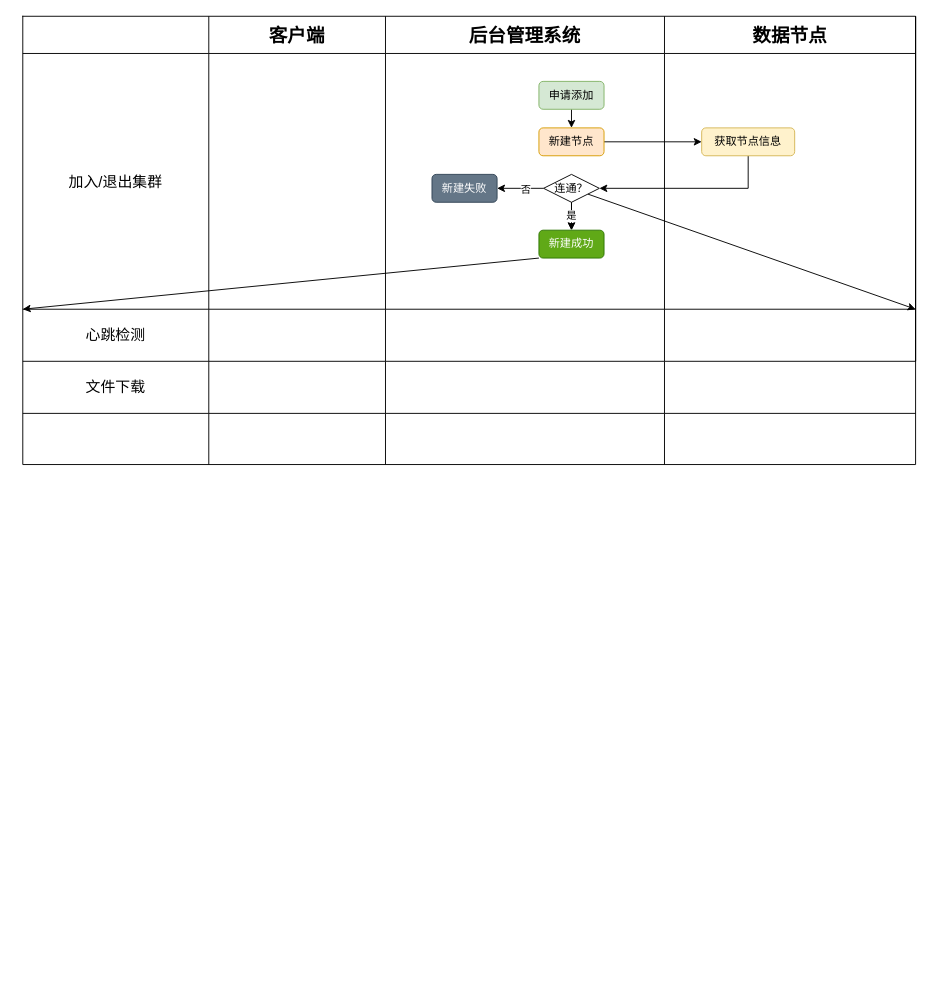
Before: docs/imgs/核心业务流程图.drawio in qingmingxin/DFSystem, a draw.io diagram. Source tidied: cells renumbered, new cells numbered last; positions are measured from the earlier drawing's top-left corner, leaving out a move shared by most shapes. Both pictures are drawn from the tidied source at 93%, with x=0, y=0 at pixel (22, 16).
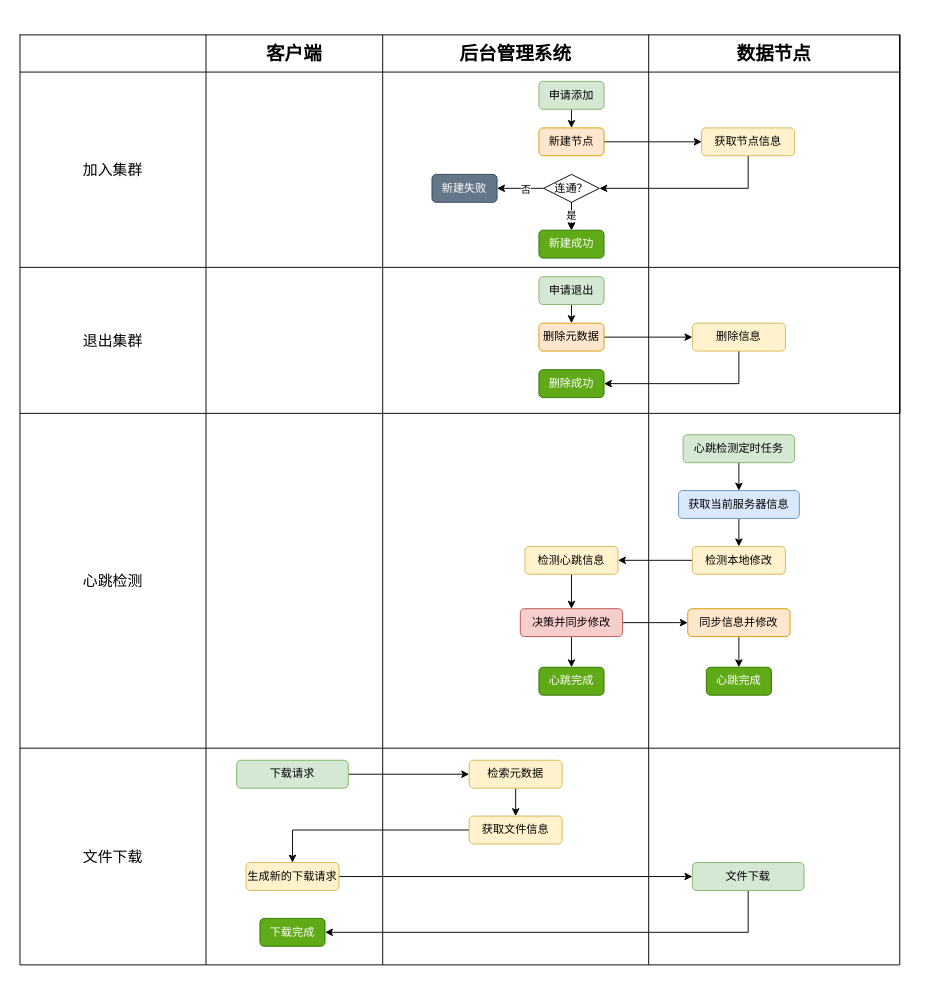
Above is the later version.

Unchanged cells that the change refers to:
```xml
<mxCell id="41" value="连通？" style="rhombus;whiteSpace=wrap;html=1;" parent="1" vertex="1">
  <mxGeometry x="560" y="170" width="60" height="30" as="geometry" />
</mxCell>
<mxCell id="45" value="新建成功" style="rounded=1;whiteSpace=wrap;html=1;fillColor=#60a917;fontColor=#ffffff;strokeColor=#2D7600;" parent="1" vertex="1">
  <mxGeometry x="555" y="230" width="70" height="30" as="geometry" />
</mxCell>
```

Diff of the diagram source:
```diff
@@
     <mxCell id="2" style="shape=table;startSize=0;childLayout=tableLayout;fontSize=16;" parent="1" vertex="1">
-      <mxGeometry width="960" height="482" as="geometry" />
+      <mxGeometry x="-3" y="20" width="946" height="1000" as="geometry" />
     </mxCell>
     <mxCell id="3" style="shape=tableRow;horizontal=0;startSize=0;swimlaneHead=0;swimlaneBody=0;strokeColor=inherit;top=0;left=0;bottom=0;right=0;fillColor=none;fontSize=16;" parent="2" vertex="1">
-      <mxGeometry width="960" height="40" as="geometry" />
+      <mxGeometry width="946" height="40" as="geometry" />
     </mxCell>
@@
     <mxCell id="6" value="后台管理系统" style="shape=partialRectangle;html=1;whiteSpace=wrap;strokeColor=inherit;overflow=hidden;fillColor=none;top=0;left=0;bottom=0;right=0;fontSize=20;fontStyle=1;" parent="3" vertex="1">
-      <mxGeometry x="390" width="300" height="40" as="geometry" />
+      <mxGeometry x="390" width="286" height="40" as="geometry" />
     </mxCell>
     <mxCell id="7" value="数据节点" style="shape=partialRectangle;html=1;whiteSpace=wrap;strokeColor=inherit;overflow=hidden;fillColor=none;top=0;left=0;bottom=0;right=0;fontSize=20;fontStyle=1;" parent="3" vertex="1">
-      <mxGeometry x="690" width="270" height="40" as="geometry" />
+      <mxGeometry x="676" width="270" height="40" as="geometry" />
     </mxCell>
     <mxCell id="8" style="shape=tableRow;horizontal=0;startSize=0;swimlaneHead=0;swimlaneBody=0;strokeColor=inherit;top=0;left=0;bottom=0;right=0;fillColor=none;fontSize=16;" parent="2" vertex="1">
-      <mxGeometry y="40" width="960" height="275" as="geometry" />
+      <mxGeometry y="40" width="946" height="210" as="geometry" />
     </mxCell>
-    <mxCell id="9" value="加入/退出集群" style="shape=partialRectangle;html=1;whiteSpace=wrap;strokeColor=inherit;overflow=hidden;fillColor=none;top=0;left=0;bottom=0;right=0;fontSize=16;" parent="8" vertex="1">
-      <mxGeometry width="200" height="275" as="geometry" />
+    <mxCell id="9" value="加入集群" style="shape=partialRectangle;html=1;whiteSpace=wrap;strokeColor=inherit;overflow=hidden;fillColor=none;top=0;left=0;bottom=0;right=0;fontSize=16;" parent="8" vertex="1">
+      <mxGeometry width="200" height="210" as="geometry" />
     </mxCell>
     <mxCell id="10" style="shape=partialRectangle;html=1;whiteSpace=wrap;strokeColor=inherit;overflow=hidden;fillColor=none;top=0;left=0;bottom=0;right=0;fontSize=16;" parent="8" vertex="1">
-      <mxGeometry x="200" width="190" height="275" as="geometry" />
+      <mxGeometry x="200" width="190" height="210" as="geometry" />
     </mxCell>
     <mxCell id="11" style="shape=partialRectangle;html=1;whiteSpace=wrap;strokeColor=inherit;overflow=hidden;fillColor=none;top=0;left=0;bottom=0;right=0;fontSize=16;" parent="8" vertex="1">
-      <mxGeometry x="390" width="300" height="275" as="geometry" />
+      <mxGeometry x="390" width="286" height="210" as="geometry" />
     </mxCell>
     <mxCell id="12" style="shape=partialRectangle;html=1;whiteSpace=wrap;strokeColor=inherit;overflow=hidden;fillColor=none;top=0;left=0;bottom=0;right=0;fontSize=16;" parent="8" vertex="1">
-      <mxGeometry x="690" width="270" height="275" as="geometry" />
+      <mxGeometry x="676" width="270" height="210" as="geometry" />
     </mxCell>
     <mxCell id="13" style="shape=tableRow;horizontal=0;startSize=0;swimlaneHead=0;swimlaneBody=0;strokeColor=inherit;top=0;left=0;bottom=0;right=0;fillColor=none;fontSize=16;" parent="2" vertex="1">
-      <mxGeometry y="315" width="960" height="56" as="geometry" />
+      <mxGeometry y="250" width="946" height="157" as="geometry" />
     </mxCell>
-    <mxCell id="14" value="心跳检测" style="shape=partialRectangle;html=1;whiteSpace=wrap;strokeColor=inherit;overflow=hidden;fillColor=none;top=0;left=0;bottom=0;right=0;fontSize=16;" parent="13" vertex="1">
-      <mxGeometry width="200" height="56" as="geometry" />
+    <mxCell id="14" value="退出集群" style="shape=partialRectangle;html=1;whiteSpace=wrap;strokeColor=inherit;overflow=hidden;fillColor=none;top=0;left=0;bottom=0;right=0;fontSize=16;" parent="13" vertex="1">
+      <mxGeometry width="200" height="157" as="geometry" />
     </mxCell>
     <mxCell id="15" style="shape=partialRectangle;html=1;whiteSpace=wrap;strokeColor=inherit;overflow=hidden;fillColor=none;top=0;left=0;bottom=0;right=0;fontSize=16;" parent="13" vertex="1">
-      <mxGeometry x="200" width="190" height="56" as="geometry" />
+      <mxGeometry x="200" width="190" height="157" as="geometry" />
     </mxCell>
     <mxCell id="16" style="shape=partialRectangle;html=1;whiteSpace=wrap;strokeColor=inherit;overflow=hidden;fillColor=none;top=0;left=0;bottom=0;right=0;fontSize=16;" parent="13" vertex="1">
-      <mxGeometry x="390" width="300" height="56" as="geometry" />
+      <mxGeometry x="390" width="286" height="157" as="geometry" />
     </mxCell>
     <mxCell id="17" style="shape=partialRectangle;html=1;whiteSpace=wrap;strokeColor=inherit;overflow=hidden;fillColor=none;top=0;left=0;bottom=0;right=0;fontSize=16;" parent="13" vertex="1">
-      <mxGeometry x="690" width="270" height="56" as="geometry" />
+      <mxGeometry x="676" width="270" height="157" as="geometry" />
     </mxCell>
     <mxCell id="18" style="rounded=1;whiteSpace=wrap;html=1;" parent="13" vertex="1">
-      <mxGeometry x="960" height="56" as="geometry" />
+      <mxGeometry x="946" height="157" as="geometry" />
     </mxCell>
     <mxCell id="19" style="rounded=1;whiteSpace=wrap;html=1;" parent="13" vertex="1">
-      <mxGeometry height="56" as="geometry" />
+      <mxGeometry height="157" as="geometry" />
     </mxCell>
     <mxCell id="20" style="shape=tableRow;horizontal=0;startSize=0;swimlaneHead=0;swimlaneBody=0;strokeColor=inherit;top=0;left=0;bottom=0;right=0;fillColor=none;fontSize=16;" parent="2" vertex="1">
-      <mxGeometry y="371" width="960" height="56" as="geometry" />
+      <mxGeometry y="407" width="946" height="360" as="geometry" />
     </mxCell>
-    <mxCell id="21" value="文件下载" style="shape=partialRectangle;html=1;whiteSpace=wrap;strokeColor=inherit;overflow=hidden;fillColor=none;top=0;left=0;bottom=0;right=0;fontSize=16;" parent="20" vertex="1">
-      <mxGeometry width="200" height="56" as="geometry" />
+    <mxCell id="21" value="心跳检测" style="shape=partialRectangle;html=1;whiteSpace=wrap;strokeColor=inherit;overflow=hidden;fillColor=none;top=0;left=0;bottom=0;right=0;fontSize=16;" parent="20" vertex="1">
+      <mxGeometry width="200" height="360" as="geometry" />
     </mxCell>
     <mxCell id="22" style="shape=partialRectangle;html=1;whiteSpace=wrap;strokeColor=inherit;overflow=hidden;fillColor=none;top=0;left=0;bottom=0;right=0;fontSize=16;" parent="20" vertex="1">
-      <mxGeometry x="200" width="190" height="56" as="geometry" />
+      <mxGeometry x="200" width="190" height="360" as="geometry" />
     </mxCell>
     <mxCell id="23" style="shape=partialRectangle;html=1;whiteSpace=wrap;strokeColor=inherit;overflow=hidden;fillColor=none;top=0;left=0;bottom=0;right=0;fontSize=16;" parent="20" vertex="1">
-      <mxGeometry x="390" width="300" height="56" as="geometry" />
+      <mxGeometry x="390" width="286" height="360" as="geometry" />
     </mxCell>
     <mxCell id="24" style="shape=partialRectangle;html=1;whiteSpace=wrap;strokeColor=inherit;overflow=hidden;fillColor=none;top=0;left=0;bottom=0;right=0;fontSize=16;" parent="20" vertex="1">
-      <mxGeometry x="690" width="270" height="56" as="geometry" />
+      <mxGeometry x="676" width="270" height="360" as="geometry" />
     </mxCell>
     <mxCell id="25" style="shape=tableRow;horizontal=0;startSize=0;swimlaneHead=0;swimlaneBody=0;strokeColor=inherit;top=0;left=0;bottom=0;right=0;fillColor=none;fontSize=16;" parent="2" vertex="1">
-      <mxGeometry y="427" width="960" height="55" as="geometry" />
+      <mxGeometry y="767" width="946" height="233" as="geometry" />
     </mxCell>
-    <mxCell id="26" style="shape=partialRectangle;html=1;whiteSpace=wrap;strokeColor=inherit;overflow=hidden;fillColor=none;top=0;left=0;bottom=0;right=0;fontSize=16;" parent="25" vertex="1">
-      <mxGeometry width="200" height="55" as="geometry" />
+    <mxCell id="26" value="文件下载" style="shape=partialRectangle;html=1;whiteSpace=wrap;strokeColor=inherit;overflow=hidden;fillColor=none;top=0;left=0;bottom=0;right=0;fontSize=16;" parent="25" vertex="1">
+      <mxGeometry width="200" height="233" as="geometry" />
     </mxCell>
     <mxCell id="27" style="shape=partialRectangle;html=1;whiteSpace=wrap;strokeColor=inherit;overflow=hidden;fillColor=none;top=0;left=0;bottom=0;right=0;fontSize=16;" parent="25" vertex="1">
-      <mxGeometry x="200" width="190" height="55" as="geometry" />
+      <mxGeometry x="200" width="190" height="233" as="geometry" />
     </mxCell>
     <mxCell id="28" style="shape=partialRectangle;html=1;whiteSpace=wrap;strokeColor=inherit;overflow=hidden;fillColor=none;top=0;left=0;bottom=0;right=0;fontSize=16;" parent="25" vertex="1">
-      <mxGeometry x="390" width="300" height="55" as="geometry" />
+      <mxGeometry x="390" width="286" height="233" as="geometry" />
     </mxCell>
     <mxCell id="29" style="shape=partialRectangle;html=1;whiteSpace=wrap;strokeColor=inherit;overflow=hidden;fillColor=none;top=0;left=0;bottom=0;right=0;fontSize=16;" parent="25" vertex="1">
-      <mxGeometry x="690" width="270" height="55" as="geometry" />
+      <mxGeometry x="676" width="270" height="233" as="geometry" />
     </mxCell>
@@
-    <mxCell id="36" style="edgeStyle=orthogonalEdgeStyle;rounded=0;jettySize=auto;html=1;" parent="1" edge="1" source="41" target="18">
-      <mxGeometry relative="1" as="geometry" />
-    </mxCell>
-    <mxCell id="37" style="edgeStyle=orthogonalEdgeStyle;rounded=0;jettySize=auto;html=1;" parent="1" edge="1" source="45" target="19">
-      <mxGeometry relative="1" as="geometry" />
-    </mxCell>
@@
+    <mxCell id="46" style="edgeStyle=orthogonalEdgeStyle;rounded=0;jettySize=auto;html=1;exitX=0.5;exitY=1;exitDx=0;exitDy=0;entryX=0.5;entryY=0;entryDx=0;entryDy=0;" parent="1" edge="1" source="47" target="49">
+      <mxGeometry relative="1" as="geometry" />
+    </mxCell>
+    <mxCell id="47" value="申请退出" style="rounded=1;whiteSpace=wrap;html=1;fillColor=#d5e8d4;strokeColor=#82b366;" parent="1" vertex="1">
+      <mxGeometry x="555" y="280" width="70" height="30" as="geometry" />
+    </mxCell>
+    <mxCell id="48" style="edgeStyle=orthogonalEdgeStyle;rounded=0;jettySize=auto;html=1;exitX=1;exitY=0.5;exitDx=0;exitDy=0;entryX=0;entryY=0.5;entryDx=0;entryDy=0;" parent="1" edge="1" source="49" target="52">
+      <mxGeometry relative="1" as="geometry" />
+    </mxCell>
+    <mxCell id="49" value="删除元数据" style="rounded=1;whiteSpace=wrap;html=1;fillColor=#ffe6cc;strokeColor=#d79b00;" parent="1" vertex="1">
+      <mxGeometry x="555" y="330" width="70" height="30" as="geometry" />
+    </mxCell>
+    <mxCell id="50" value="删除成功" style="rounded=1;whiteSpace=wrap;html=1;fillColor=#60a917;strokeColor=#2D7600;fontColor=#ffffff;" parent="1" vertex="1">
+      <mxGeometry x="555" y="380" width="70" height="30" as="geometry" />
+    </mxCell>
+    <mxCell id="51" style="edgeStyle=orthogonalEdgeStyle;rounded=0;jettySize=auto;html=1;exitX=0.5;exitY=1;exitDx=0;exitDy=0;entryX=1;entryY=0.5;entryDx=0;entryDy=0;" parent="1" edge="1" source="52" target="50">
+      <mxGeometry relative="1" as="geometry" />
+    </mxCell>
+    <mxCell id="52" value="删除信息" style="rounded=1;whiteSpace=wrap;html=1;fillColor=#fff2cc;strokeColor=#d6b656;" parent="1" vertex="1">
+      <mxGeometry x="720" y="330" width="100" height="30" as="geometry" />
+    </mxCell>
+    <mxCell id="53" style="edgeStyle=orthogonalEdgeStyle;rounded=0;jettySize=auto;html=1;exitX=0.5;exitY=1;exitDx=0;exitDy=0;entryX=0.5;entryY=0;entryDx=0;entryDy=0;" parent="1" edge="1" source="54" target="56">
+      <mxGeometry relative="1" as="geometry" />
+    </mxCell>
+    <mxCell id="54" value="心跳检测定时任务" style="rounded=1;whiteSpace=wrap;html=1;fillColor=#d5e8d4;strokeColor=#82b366;" parent="1" vertex="1">
+      <mxGeometry x="710" y="450" width="120" height="30" as="geometry" />
+    </mxCell>
+    <mxCell id="55" style="edgeStyle=orthogonalEdgeStyle;rounded=0;jettySize=auto;html=1;exitX=0.5;exitY=1;exitDx=0;exitDy=0;entryX=0.5;entryY=0;entryDx=0;entryDy=0;" parent="1" edge="1" source="56" target="58">
+      <mxGeometry relative="1" as="geometry" />
+    </mxCell>
+    <mxCell id="56" value="获取当前服务器信息" style="rounded=1;whiteSpace=wrap;html=1;fillColor=#dae8fc;strokeColor=#6c8ebf;" parent="1" vertex="1">
+      <mxGeometry x="705" y="510" width="130" height="30" as="geometry" />
+    </mxCell>
+    <mxCell id="57" style="edgeStyle=orthogonalEdgeStyle;rounded=0;jettySize=auto;html=1;exitX=0;exitY=0.5;exitDx=0;exitDy=0;" parent="1" edge="1" source="58" target="60">
+      <mxGeometry relative="1" as="geometry" />
+    </mxCell>
+    <mxCell id="58" value="检测本地修改" style="rounded=1;whiteSpace=wrap;html=1;fillColor=#fff2cc;strokeColor=#d6b656;" parent="1" vertex="1">
+      <mxGeometry x="720" y="570" width="100" height="30" as="geometry" />
+    </mxCell>
+    <mxCell id="59" style="edgeStyle=orthogonalEdgeStyle;rounded=0;jettySize=auto;html=1;exitX=0.5;exitY=1;exitDx=0;exitDy=0;entryX=0.5;entryY=0;entryDx=0;entryDy=0;" parent="1" edge="1" source="60" target="63">
+      <mxGeometry relative="1" as="geometry" />
+    </mxCell>
+    <mxCell id="60" value="检测心跳信息" style="rounded=1;whiteSpace=wrap;html=1;fillColor=#fff2cc;strokeColor=#d6b656;" parent="1" vertex="1">
+      <mxGeometry x="540" y="570" width="100" height="30" as="geometry" />
+    </mxCell>
+    <mxCell id="61" style="edgeStyle=orthogonalEdgeStyle;rounded=0;jettySize=auto;html=1;exitX=0.5;exitY=1;exitDx=0;exitDy=0;entryX=0.5;entryY=0;entryDx=0;entryDy=0;" parent="1" edge="1" source="63" target="64">
+      <mxGeometry relative="1" as="geometry" />
+    </mxCell>
+    <mxCell id="62" style="edgeStyle=orthogonalEdgeStyle;rounded=0;jettySize=auto;html=1;exitX=1;exitY=0.5;exitDx=0;exitDy=0;entryX=0;entryY=0.5;entryDx=0;entryDy=0;" parent="1" edge="1" source="63" target="66">
+      <mxGeometry relative="1" as="geometry" />
+    </mxCell>
+    <mxCell id="63" value="决策并同步修改" style="rounded=1;whiteSpace=wrap;html=1;fillColor=#f8cecc;strokeColor=#b85450;" parent="1" vertex="1">
+      <mxGeometry x="535" y="637" width="110" height="30" as="geometry" />
+    </mxCell>
+    <mxCell id="64" value="心跳完成" style="rounded=1;whiteSpace=wrap;html=1;fillColor=#60a917;strokeColor=#2D7600;fontColor=#ffffff;" parent="1" vertex="1">
+      <mxGeometry x="555" y="700" width="70" height="30" as="geometry" />
+    </mxCell>
+    <mxCell id="65" style="edgeStyle=orthogonalEdgeStyle;rounded=0;jettySize=auto;html=1;exitX=0.5;exitY=1;exitDx=0;exitDy=0;entryX=0.5;entryY=0;entryDx=0;entryDy=0;" parent="1" edge="1" source="66" target="67">
+      <mxGeometry relative="1" as="geometry" />
+    </mxCell>
+    <mxCell id="66" value="同步信息并修改" style="rounded=1;whiteSpace=wrap;html=1;fillColor=#ffe6cc;strokeColor=#d79b00;" parent="1" vertex="1">
+      <mxGeometry x="715" y="637" width="110" height="30" as="geometry" />
+    </mxCell>
+    <mxCell id="67" value="心跳完成" style="rounded=1;whiteSpace=wrap;html=1;fillColor=#60a917;strokeColor=#2D7600;fontColor=#ffffff;" parent="1" vertex="1">
+      <mxGeometry x="735" y="700" width="70" height="30" as="geometry" />
+    </mxCell>
+    <mxCell id="68" style="edgeStyle=orthogonalEdgeStyle;rounded=0;jettySize=auto;html=1;exitX=1;exitY=0.5;exitDx=0;exitDy=0;entryX=0;entryY=0.5;entryDx=0;entryDy=0;" parent="1" edge="1" source="69" target="71">
+      <mxGeometry relative="1" as="geometry" />
+    </mxCell>
+    <mxCell id="69" value="下载请求" style="rounded=1;whiteSpace=wrap;html=1;fillColor=#d5e8d4;strokeColor=#82b366;" parent="1" vertex="1">
+      <mxGeometry x="230" y="800" width="120" height="30" as="geometry" />
+    </mxCell>
+    <mxCell id="70" style="edgeStyle=orthogonalEdgeStyle;rounded=0;jettySize=auto;html=1;exitX=0.5;exitY=1;exitDx=0;exitDy=0;entryX=0.5;entryY=0;entryDx=0;entryDy=0;" parent="1" edge="1" source="71" target="73">
+      <mxGeometry relative="1" as="geometry" />
+    </mxCell>
+    <mxCell id="71" value="检索元数据" style="rounded=1;whiteSpace=wrap;html=1;fillColor=#fff2cc;strokeColor=#d6b656;" parent="1" vertex="1">
+      <mxGeometry x="480" y="800" width="100" height="30" as="geometry" />
+    </mxCell>
+    <mxCell id="72" style="edgeStyle=orthogonalEdgeStyle;rounded=0;jettySize=auto;html=1;exitX=0;exitY=0.5;exitDx=0;exitDy=0;entryX=0.5;entryY=0;entryDx=0;entryDy=0;" parent="1" edge="1" source="73" target="75">
+      <mxGeometry relative="1" as="geometry" />
+    </mxCell>
+    <mxCell id="73" value="获取文件信息" style="rounded=1;whiteSpace=wrap;html=1;fillColor=#fff2cc;strokeColor=#d6b656;" parent="1" vertex="1">
+      <mxGeometry x="480" y="860" width="100" height="30" as="geometry" />
+    </mxCell>
+    <mxCell id="74" style="edgeStyle=orthogonalEdgeStyle;rounded=0;jettySize=auto;html=1;exitX=1;exitY=0.5;exitDx=0;exitDy=0;" parent="1" edge="1" source="75" target="77">
+      <mxGeometry relative="1" as="geometry" />
+    </mxCell>
+    <mxCell id="75" value="生成新的下载请求" style="rounded=1;whiteSpace=wrap;html=1;fillColor=#fff2cc;strokeColor=#d6b656;" parent="1" vertex="1">
+      <mxGeometry x="240" y="910" width="100" height="30" as="geometry" />
+    </mxCell>
+    <mxCell id="76" style="edgeStyle=orthogonalEdgeStyle;rounded=0;jettySize=auto;html=1;exitX=0.5;exitY=1;exitDx=0;exitDy=0;entryX=1;entryY=0.5;entryDx=0;entryDy=0;" parent="1" edge="1" source="77" target="78">
+      <mxGeometry relative="1" as="geometry" />
+    </mxCell>
+    <mxCell id="77" value="文件下载" style="rounded=1;whiteSpace=wrap;html=1;fillColor=#d5e8d4;strokeColor=#82b366;" parent="1" vertex="1">
+      <mxGeometry x="720" y="910" width="120" height="30" as="geometry" />
+    </mxCell>
+    <mxCell id="78" value="下载完成" style="rounded=1;whiteSpace=wrap;html=1;fillColor=#60a917;strokeColor=#2D7600;fontColor=#ffffff;" parent="1" vertex="1">
+      <mxGeometry x="255" y="970" width="70" height="30" as="geometry" />
+    </mxCell>
```
